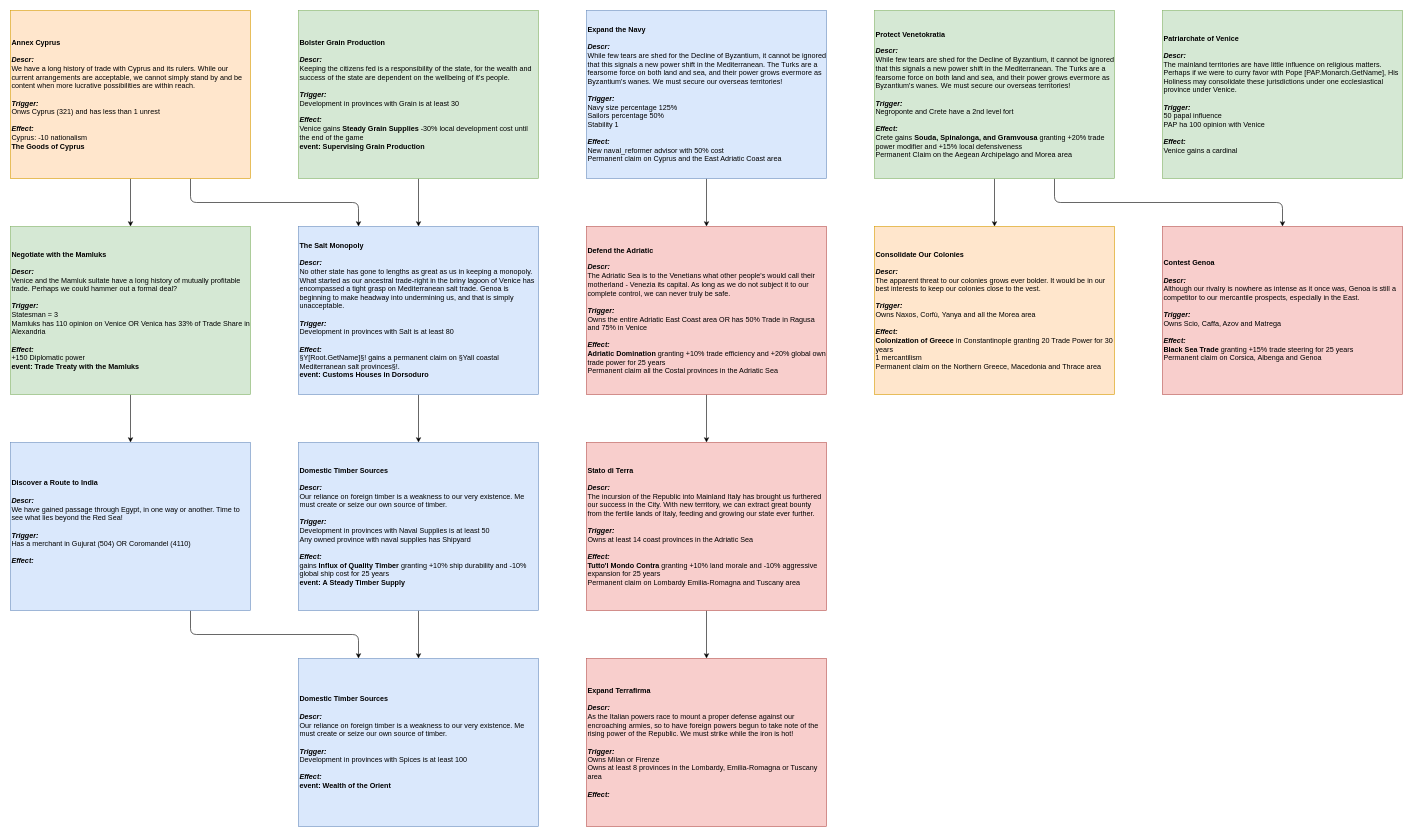
The draw.io diagram page "Missions" (1 of 2) of Venice/VeniceClaivinWork 0.1.drawio in Melvasul/Missions-Expanded, before the edit. Source tidied: cells renumbered, new cells numbered last; positions are measured from the earlier drawing's top-left corner, leaving out a move shared by most shapes. Both pictures are drawn from the tidied source at 60%, with x=0, y=0 at pixel (10, 10).
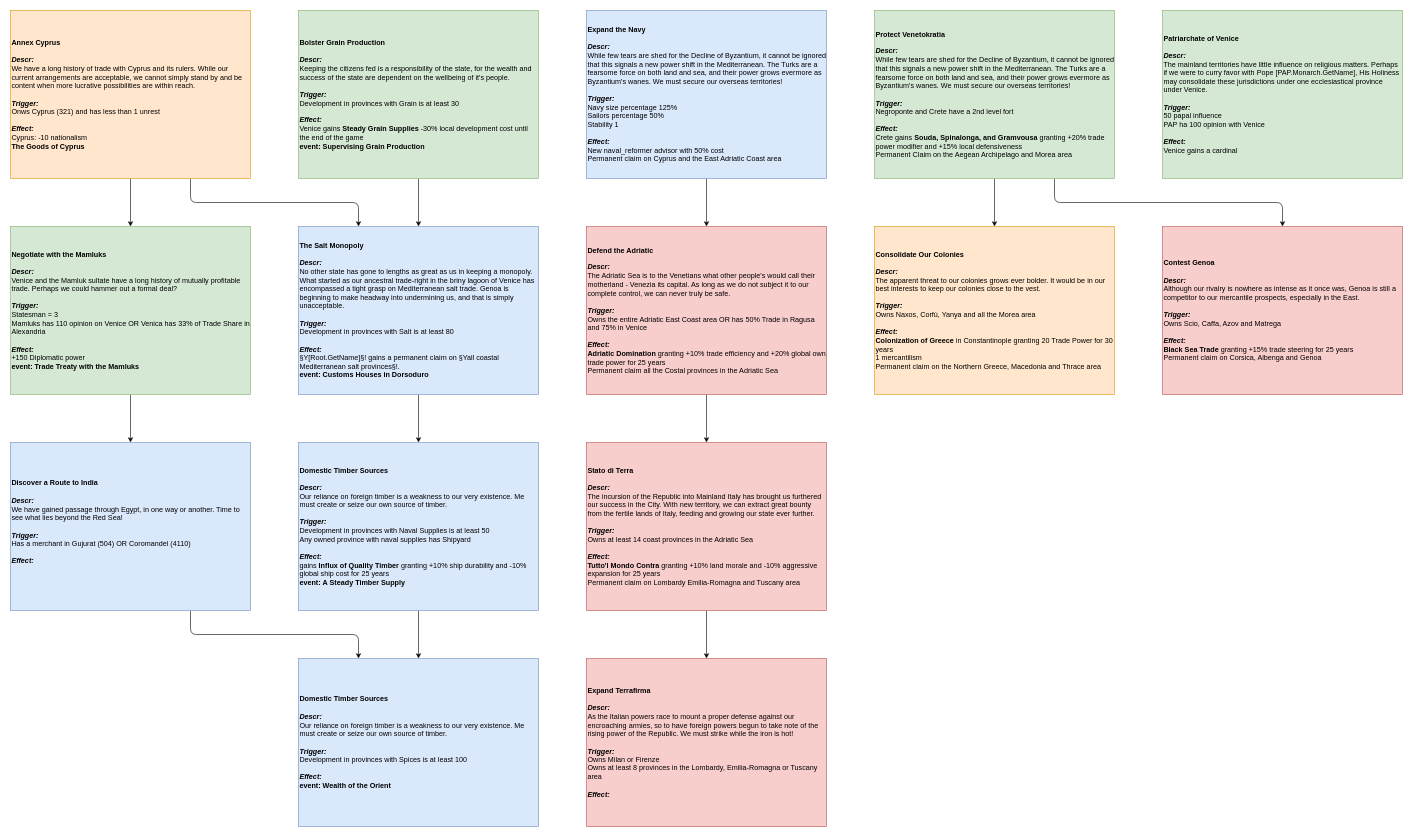
The same page after the edit.

The edit, as a diff of the source:
```diff
@@
-    <mxCell id="16" value="&lt;div&gt;&lt;b&gt;Patriarchate of Venice&lt;/b&gt;&lt;br&gt;&lt;/div&gt;&lt;div&gt;&lt;b&gt;&lt;br&gt;&lt;/b&gt;&lt;/div&gt;&lt;div&gt;&lt;b&gt;&lt;i&gt;Descr:&lt;/i&gt;&lt;/b&gt;&amp;nbsp;&lt;/div&gt;&lt;div&gt;The mainland territories are have little influence on religious matters. Perhaps if we were to curry favor with Pope [PAP.Monarch.GetName], His Holiness may consolidate these jurisdictions under one ecclesiastical province under Venice.&lt;br&gt;&lt;/div&gt;&lt;div&gt;&lt;br&gt;&lt;/div&gt;&lt;div style=&quot;font-size: 12px&quot;&gt;&lt;span style=&quot;font-size: 12px&quot;&gt;&lt;b&gt;&lt;i&gt;Trigger:&lt;/i&gt;&lt;/b&gt;&lt;/span&gt;&lt;/div&gt;&lt;div style=&quot;font-size: 12px&quot;&gt;50 papal influence&lt;/div&gt;&lt;div style=&quot;font-size: 12px&quot;&gt;PAP ha 100 opinion with Venice&lt;/div&gt;&lt;div style=&quot;font-size: 12px&quot;&gt;&lt;br&gt;&lt;/div&gt;&lt;div style=&quot;font-size: 12px&quot;&gt;&lt;span style=&quot;font-size: 12px&quot;&gt;&lt;b&gt;&lt;i&gt;Effect:&lt;/i&gt;&lt;/b&gt;&lt;/span&gt;&lt;/div&gt;&lt;div&gt;Venice gains a cardinal&lt;/div&gt;" style="rounded=0;whiteSpace=wrap;html=1;fillColor=#d5e8d4;strokeColor=#82b366;fontSize=12;align=left;" parent="1" vertex="1">
+    <mxCell id="16" value="&lt;div&gt;&lt;b&gt;Patriarchate of Venice&lt;/b&gt;&lt;br&gt;&lt;/div&gt;&lt;div&gt;&lt;b&gt;&lt;br&gt;&lt;/b&gt;&lt;/div&gt;&lt;div&gt;&lt;b&gt;&lt;i&gt;Descr:&lt;/i&gt;&lt;/b&gt;&amp;nbsp;&lt;/div&gt;&lt;div&gt;The mainland territories have little influence on religious matters. Perhaps if we were to curry favor with Pope [PAP.Monarch.GetName], His Holiness may consolidate these jurisdictions under one ecclesiastical province under Venice.&lt;br&gt;&lt;/div&gt;&lt;div&gt;&lt;br&gt;&lt;/div&gt;&lt;div style=&quot;font-size: 12px&quot;&gt;&lt;span style=&quot;font-size: 12px&quot;&gt;&lt;b&gt;&lt;i&gt;Trigger:&lt;/i&gt;&lt;/b&gt;&lt;/span&gt;&lt;/div&gt;&lt;div style=&quot;font-size: 12px&quot;&gt;50 papal influence&lt;/div&gt;&lt;div style=&quot;font-size: 12px&quot;&gt;PAP ha 100 opinion with Venice&lt;/div&gt;&lt;div style=&quot;font-size: 12px&quot;&gt;&lt;br&gt;&lt;/div&gt;&lt;div style=&quot;font-size: 12px&quot;&gt;&lt;span style=&quot;font-size: 12px&quot;&gt;&lt;b&gt;&lt;i&gt;Effect:&lt;/i&gt;&lt;/b&gt;&lt;/span&gt;&lt;/div&gt;&lt;div&gt;Venice gains a cardinal&lt;/div&gt;" style="rounded=0;whiteSpace=wrap;html=1;fillColor=#d5e8d4;strokeColor=#82b366;fontSize=12;align=left;" parent="1" vertex="1">
       <mxGeometry x="1920" width="400" height="280" as="geometry" />
     </mxCell>
```
